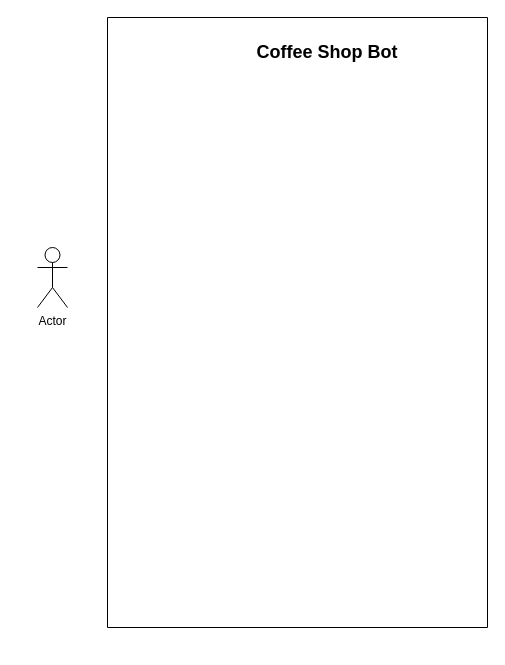
Before: Coffe Shop.drawio in vnmrnd24/CoffeShop, a draw.io diagram. Source tidied: cells renumbered, new cells numbered last; positions are measured from the earlier drawing's top-left corner, leaving out a move shared by most shapes. Both pictures are drawn from the tidied source at 100%, with x=0, y=0 at pixel (37, 17).
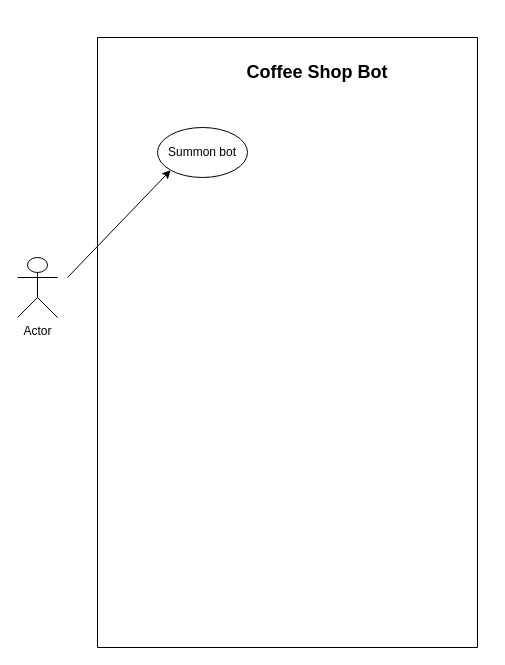
The same page after the edit.

The edit, as a diff of the source:
```diff
@@
 <mxGraphModel>
   <root>
     <mxCell id="0" />
     <mxCell id="1" parent="0" />
     <mxCell id="2" style="swimlane;startSize=0;" parent="1" vertex="1">
-      <mxGeometry x="70" width="380" height="610" as="geometry" />
+      <mxGeometry x="60" y="20" width="380" height="610" as="geometry" />
     </mxCell>
     <mxCell id="3" value="&lt;h2&gt;Coffee Shop Bot&lt;/h2&gt;" style="text;html=1;strokeColor=none;fillColor=none;align=center;verticalAlign=middle;whiteSpace=wrap;rounded=0;" parent="2" vertex="1">
       <mxGeometry x="120" y="20" width="200" height="30" as="geometry" />
     </mxCell>
+    <mxCell id="5" value="Summon bot" style="ellipse;whiteSpace=wrap;html=1;" parent="2" vertex="1">
+      <mxGeometry x="60" y="90" width="90" height="50" as="geometry" />
+    </mxCell>
     <mxCell id="4" value="Actor" style="shape=umlActor;verticalLabelPosition=bottom;verticalAlign=top;html=1;" parent="1" vertex="1">
-      <mxGeometry y="230" width="30" height="60" as="geometry" />
+      <mxGeometry x="-20" y="240" width="40" height="60" as="geometry" />
     </mxCell>
+    <mxCell id="6" style="endArrow=classic;html=1;rounded=0;entryX=0;entryY=1;entryDx=0;entryDy=0;" parent="1" edge="1" target="5">
+      <mxGeometry relative="1" as="geometry">
+        <mxPoint x="30" y="260" as="sourcePoint" />
+      </mxGeometry>
+    </mxCell>
   </root>
 </mxGraphModel>
```
